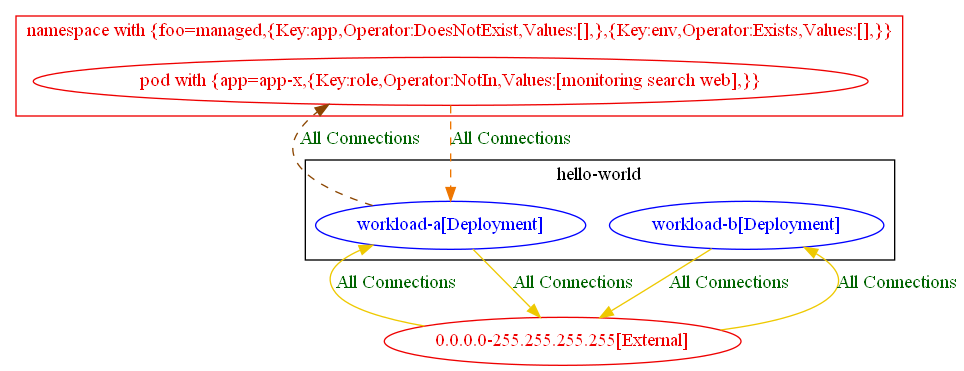
Above: test_outputs/connlist/exposure_test_with_anp_14_exposure_output.dot.png in np-guard/netpol-analyzer (Graphviz), before the change. Its source is kept beside it as test_outputs/connlist/exposure_test_with_anp_14_exposure_output.dot.
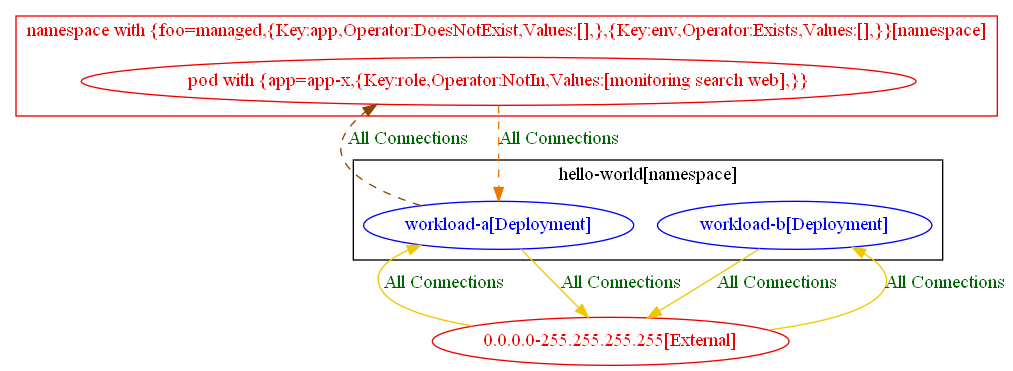
Later version of the same file.

Change to the diagram source:
```diff
@@ -1,16 +1,16 @@
 digraph {
-	subgraph "cluster_hello_world" {
+	subgraph "cluster_hello_world[namespace]" {
 		color="black"
 		fontcolor="black"
 		"hello-world/workload-a[Deployment]" [label="workload-a[Deployment]" color="blue" fontcolor="blue"]
 		"hello-world/workload-b[Deployment]" [label="workload-b[Deployment]" color="blue" fontcolor="blue"]
-		label="hello-world"
+		label="hello-world[namespace]"
 	}
-	subgraph "cluster_namespace with {foo=managed,{Key:app,Operator:DoesNotExist,Values:[],},{Key:env,Operator:Exists,Values:[],}}" {
+	subgraph "cluster_namespace with {foo=managed,{Key:app,Operator:DoesNotExist,Values:[],},{Key:env,Operator:Exists,Values:[],}}[namespace]" {
 		color="red2"
 		fontcolor="red2"
 		"pod with {app=app-x,{Key:role,Operator:NotIn,Values:[monitoring search web],}}_in_namespace with {foo=managed,{Key:app,Operator:DoesNotExist,Values:[],},{Key:env,Operator:Exists,Values:[],}}" [label="pod with {app=app-x,{Key:role,Operator:NotIn,Values:[monitoring search web],}}" color="red2" fontcolor="red2"]
-		label="namespace with {foo=managed,{Key:app,Operator:DoesNotExist,Values:[],},{Key:env,Operator:Exists,Values:[],}}"
+		label="namespace with {foo=managed,{Key:app,Operator:DoesNotExist,Values:[],},{Key:env,Operator:Exists,Values:[],}}[namespace]"
 	}
 	"0.0.0.0-255.255.255.255[External]" [label="0.0.0.0-255.255.255.255[External]" color="red2" fontcolor="red2"]
 	"0.0.0.0-255.255.255.255[External]" -> "hello-world/workload-a[Deployment]" [label="All Connections" color="gold2" fontcolor="darkgreen" weight=0.5]
```
